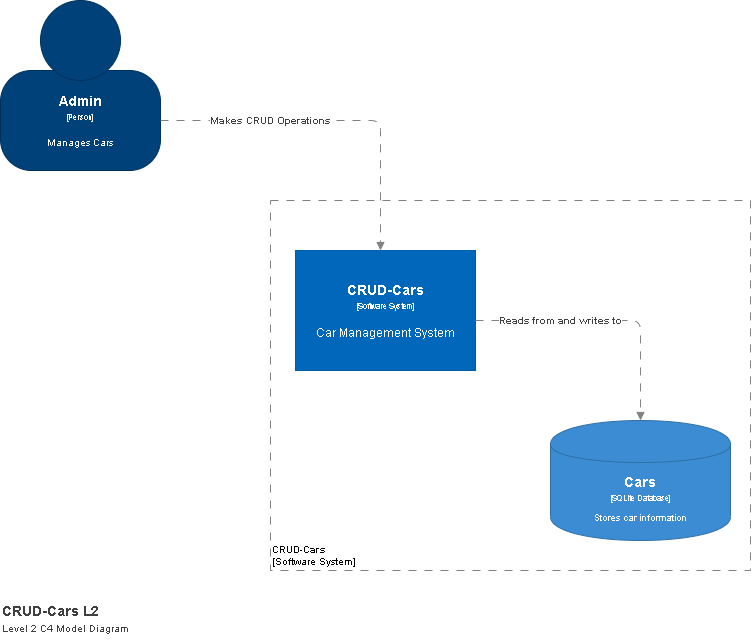
AChareun/car-rental-management keeps this draw.io diagram as doc/crud-cars-c4l2.png. Above is the earlier version. Source tidied: cells renumbered, new cells last; positions are measured from the earlier drawing's top-left corner, leaving out a move shared by most shapes. Its diagram source:
```xml
<mxGraphModel>
  <root>
    <mxCell id="0" />
    <mxCell id="1" parent="0" />
    <object id="2" label="&lt;div&gt;&lt;span style=&quot;font-size: 14px&quot;&gt;&lt;b&gt;CRUD-Cars&lt;/b&gt;&lt;/span&gt;&lt;/div&gt;&lt;div&gt;&lt;span style=&quot;font-size: 8px&quot;&gt;[Software System]&lt;/span&gt;&lt;/div&gt;&lt;div&gt;&lt;span style=&quot;font-size: 8px&quot;&gt;&lt;br&gt;&lt;/span&gt;&lt;/div&gt;&lt;div&gt;Car Management System&lt;/div&gt;" description="Description" name="Software System Name" placeholders="1">
      <mxCell style="rounded=0;whiteSpace=wrap;html=1;fillColor=#0067BA;fontColor=#FFFFFF;strokeColor=#005DA8;" parent="1" vertex="1">
        <mxGeometry x="295" y="250" width="180" height="120" as="geometry" />
      </mxCell>
    </object>
    <object id="3" label="" instruction="edit data of the lower shape within the group" placeholders="1">
      <mxCell style="group;" parent="1" vertex="1">
        <mxGeometry width="160" height="170" as="geometry" />
      </mxCell>
    </object>
    <object id="4" label="&lt;div style=&quot;color: rgb(255 , 255 , 255) ; white-space: normal&quot;&gt;&lt;span style=&quot;font-size: 14px&quot;&gt;&lt;b&gt;Admin&lt;/b&gt;&lt;/span&gt;&lt;/div&gt;&lt;div style=&quot;color: rgb(255 , 255 , 255) ; white-space: normal&quot;&gt;&lt;font style=&quot;font-size: 8px&quot;&gt;[Person]&lt;/font&gt;&lt;/div&gt;&lt;div style=&quot;color: rgb(255 , 255 , 255) ; white-space: normal ; font-size: 8px&quot;&gt;&lt;span style=&quot;font-size: x-small&quot;&gt;&lt;br&gt;&lt;/span&gt;&lt;/div&gt;&lt;div style=&quot;color: rgb(255 , 255 , 255) ; white-space: normal&quot;&gt;&lt;font size=&quot;1&quot;&gt;Manages Cars&lt;/font&gt;&lt;/div&gt;" description="Description" name="Actor Name" placeholders="1">
      <mxCell style="rounded=1;whiteSpace=wrap;html=1;strokeColor=#00315C;fillColor=#004179;fontColor=#000000;arcSize=31;" parent="3" vertex="1">
        <mxGeometry y="70" width="160" height="100" as="geometry" />
      </mxCell>
    </object>
    <mxCell id="5" style="ellipse;whiteSpace=wrap;html=1;strokeColor=#00315C;fillColor=#004179;fontColor=#000000;" parent="3" vertex="1">
      <mxGeometry x="40" width="80" height="80" as="geometry" />
    </mxCell>
    <object id="6" label="&lt;font style=&quot;font-size: 10px&quot;&gt;&lt;b&gt;CRUD-Cars&lt;/b&gt;&lt;br style=&quot;font-size: 10px&quot;&gt;[Software System]&lt;/font&gt;" name="Software System Name" placeholders="1">
      <mxCell style="rounded=0;whiteSpace=wrap;html=1;strokeColor=#828282;fillColor=none;fontColor=#000000;align=left;labelPosition=center;verticalLabelPosition=middle;verticalAlign=bottom;dashed=1;strokeWidth=1;perimeterSpacing=0;spacing=2;spacingTop=0;fontSize=10;dashPattern=8 8;" parent="1" vertex="1">
        <mxGeometry x="270" y="200" width="480" height="370" as="geometry" />
      </mxCell>
    </object>
    <object id="7" label="&lt;div style=&quot;color: rgb(255 , 255 , 255) ; white-space: normal&quot;&gt;&lt;span style=&quot;font-size: 14px&quot;&gt;&lt;b&gt;Cars&lt;/b&gt;&lt;/span&gt;&lt;/div&gt;&lt;div style=&quot;color: rgb(255 , 255 , 255) ; font-size: 12px ; white-space: normal&quot;&gt;&lt;font style=&quot;font-size: 8px&quot;&gt;[SQLite Database]&lt;/font&gt;&lt;/div&gt;&lt;div style=&quot;color: rgb(255 , 255 , 255) ; white-space: normal ; font-size: 8px&quot;&gt;&lt;font style=&quot;line-height: 9.6px&quot;&gt;&lt;br&gt;&lt;/font&gt;&lt;/div&gt;&lt;div style=&quot;color: rgb(255 , 255 , 255) ; white-space: normal&quot;&gt;Stores car information&lt;/div&gt;" description="Description" name="Container Name" placeholders="1" technology="e.g. PostgreSQL">
      <mxCell style="shape=cylinder;whiteSpace=wrap;html=1;boundedLbl=1;backgroundOutline=1;strokeColor=#2F6FA6;strokeWidth=1;fillColor=#3B8CD2;fontSize=9;fontColor=#000000;align=center;" parent="1" vertex="1">
        <mxGeometry x="550" y="420" width="180" height="120" as="geometry" />
      </mxCell>
    </object>
    <object id="8" label="&lt;b&gt;Makes CRUD Operations&lt;/b&gt;" name="Dependency Operation Name" placeholders="1" technology="JDBC">
      <mxCell style="endArrow=block;html=1;fontSize=10;fontColor=#404040;strokeWidth=1;endFill=1;dashed=1;dashPattern=8 8;strokeColor=#828282;elbow=vertical;exitX=1;exitY=0.5;exitDx=0;exitDy=0;" parent="1" edge="1" source="4">
        <mxGeometry x="-0.37" relative="1" as="geometry">
          <mxPoint x="380" y="250" as="targetPoint" />
          <Array as="points">
            <mxPoint x="380" y="120" />
          </Array>
        </mxGeometry>
      </mxCell>
    </object>
    <object id="9" label="&lt;b&gt;Reads from and writes to&lt;/b&gt;" name="Dependency Operation Name" placeholders="1" technology="JDBC">
      <mxCell style="endArrow=block;html=1;fontSize=10;fontColor=#404040;strokeWidth=1;endFill=1;dashed=1;dashPattern=8 8;strokeColor=#828282;elbow=vertical;" parent="1" edge="1" target="7">
        <mxGeometry x="-0.36" relative="1" as="geometry">
          <mxPoint x="475" y="320" as="sourcePoint" />
          <Array as="points">
            <mxPoint x="640" y="320" />
          </Array>
        </mxGeometry>
      </mxCell>
    </object>
    <object id="10" label="CRUD-Cars L2&lt;br style=&quot;font-size: 10px&quot;&gt;&lt;font size=&quot;1&quot;&gt;&lt;span style=&quot;font-weight: 400&quot;&gt;Level 2 C4 Model Diagram&lt;/span&gt;&lt;/font&gt;" description="Description" name="Diagram Name" placeholders="1">
      <mxCell style="text;html=1;align=left;verticalAlign=top;spacingTop=-4;fontSize=14;fontColor=#404040;fontStyle=1;" parent="1" vertex="1">
        <mxGeometry y="600" width="140" height="40" as="geometry" />
      </mxCell>
    </object>
  </root>
</mxGraphModel>
```
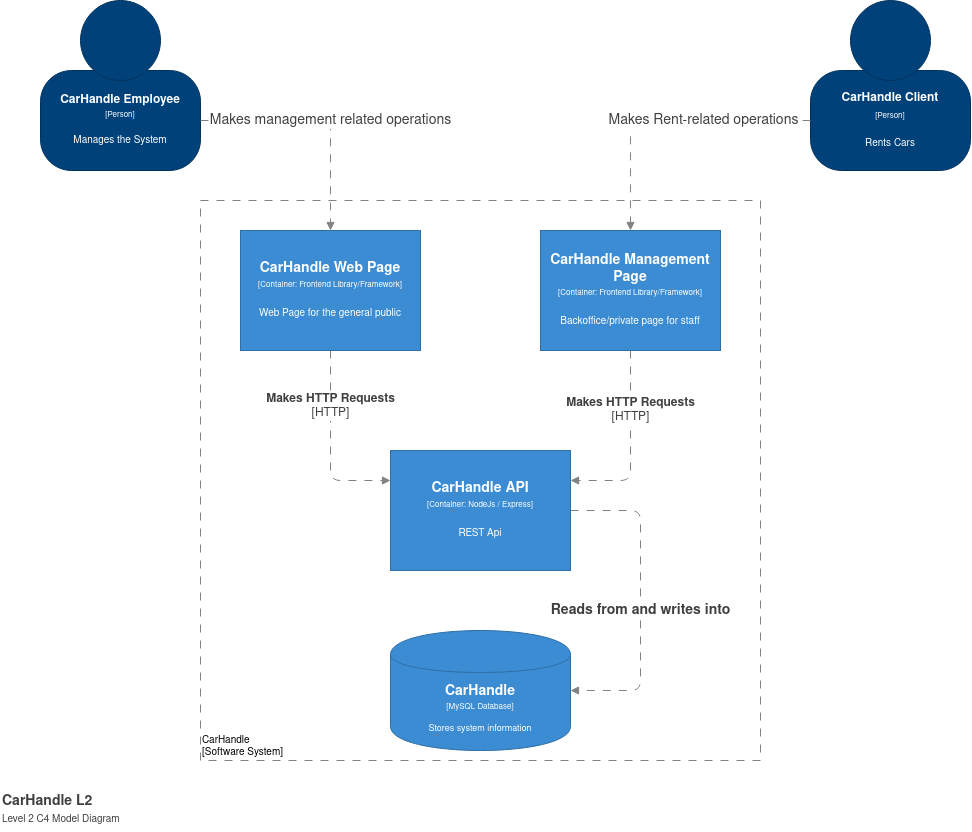
The same file after the commit.

The edit, as a diff of the source:
```diff
@@ -2,58 +2,108 @@
   <root>
     <mxCell id="0" />
     <mxCell id="1" parent="0" />
-    <object id="2" label="&lt;div&gt;&lt;span style=&quot;font-size: 14px&quot;&gt;&lt;b&gt;CRUD-Cars&lt;/b&gt;&lt;/span&gt;&lt;/div&gt;&lt;div&gt;&lt;span style=&quot;font-size: 8px&quot;&gt;[Software System]&lt;/span&gt;&lt;/div&gt;&lt;div&gt;&lt;span style=&quot;font-size: 8px&quot;&gt;&lt;br&gt;&lt;/span&gt;&lt;/div&gt;&lt;div&gt;Car Management System&lt;/div&gt;" description="Description" name="Software System Name" placeholders="1">
-      <mxCell style="rounded=0;whiteSpace=wrap;html=1;fillColor=#0067BA;fontColor=#FFFFFF;strokeColor=#005DA8;" parent="1" vertex="1">
-        <mxGeometry x="295" y="250" width="180" height="120" as="geometry" />
-      </mxCell>
-    </object>
-    <object id="3" label="" instruction="edit data of the lower shape within the group" placeholders="1">
-      <mxCell style="group;" parent="1" vertex="1">
-        <mxGeometry width="160" height="170" as="geometry" />
-      </mxCell>
-    </object>
-    <object id="4" label="&lt;div style=&quot;color: rgb(255 , 255 , 255) ; white-space: normal&quot;&gt;&lt;span style=&quot;font-size: 14px&quot;&gt;&lt;b&gt;Admin&lt;/b&gt;&lt;/span&gt;&lt;/div&gt;&lt;div style=&quot;color: rgb(255 , 255 , 255) ; white-space: normal&quot;&gt;&lt;font style=&quot;font-size: 8px&quot;&gt;[Person]&lt;/font&gt;&lt;/div&gt;&lt;div style=&quot;color: rgb(255 , 255 , 255) ; white-space: normal ; font-size: 8px&quot;&gt;&lt;span style=&quot;font-size: x-small&quot;&gt;&lt;br&gt;&lt;/span&gt;&lt;/div&gt;&lt;div style=&quot;color: rgb(255 , 255 , 255) ; white-space: normal&quot;&gt;&lt;font size=&quot;1&quot;&gt;Manages Cars&lt;/font&gt;&lt;/div&gt;" description="Description" name="Actor Name" placeholders="1">
-      <mxCell style="rounded=1;whiteSpace=wrap;html=1;strokeColor=#00315C;fillColor=#004179;fontColor=#000000;arcSize=31;" parent="3" vertex="1">
-        <mxGeometry y="70" width="160" height="100" as="geometry" />
-      </mxCell>
-    </object>
-    <mxCell id="5" style="ellipse;whiteSpace=wrap;html=1;strokeColor=#00315C;fillColor=#004179;fontColor=#000000;" parent="3" vertex="1">
-      <mxGeometry x="40" width="80" height="80" as="geometry" />
-    </mxCell>
-    <object id="6" label="&lt;font style=&quot;font-size: 10px&quot;&gt;&lt;b&gt;CRUD-Cars&lt;/b&gt;&lt;br style=&quot;font-size: 10px&quot;&gt;[Software System]&lt;/font&gt;" name="Software System Name" placeholders="1">
+    <object id="6" label="CarHandle&lt;font style=&quot;font-size: 10px&quot;&gt;&lt;br style=&quot;font-size: 10px&quot;&gt;[Software System]&lt;/font&gt;" name="Software System Name" placeholders="1">
       <mxCell style="rounded=0;whiteSpace=wrap;html=1;strokeColor=#828282;fillColor=none;fontColor=#000000;align=left;labelPosition=center;verticalLabelPosition=middle;verticalAlign=bottom;dashed=1;strokeWidth=1;perimeterSpacing=0;spacing=2;spacingTop=0;fontSize=10;dashPattern=8 8;" parent="1" vertex="1">
-        <mxGeometry x="270" y="200" width="480" height="370" as="geometry" />
+        <mxGeometry x="150" y="170" width="560" height="560" as="geometry" />
       </mxCell>
     </object>
-    <object id="7" label="&lt;div style=&quot;color: rgb(255 , 255 , 255) ; white-space: normal&quot;&gt;&lt;span style=&quot;font-size: 14px&quot;&gt;&lt;b&gt;Cars&lt;/b&gt;&lt;/span&gt;&lt;/div&gt;&lt;div style=&quot;color: rgb(255 , 255 , 255) ; font-size: 12px ; white-space: normal&quot;&gt;&lt;font style=&quot;font-size: 8px&quot;&gt;[SQLite Database]&lt;/font&gt;&lt;/div&gt;&lt;div style=&quot;color: rgb(255 , 255 , 255) ; white-space: normal ; font-size: 8px&quot;&gt;&lt;font style=&quot;line-height: 9.6px&quot;&gt;&lt;br&gt;&lt;/font&gt;&lt;/div&gt;&lt;div style=&quot;color: rgb(255 , 255 , 255) ; white-space: normal&quot;&gt;Stores car information&lt;/div&gt;" description="Description" name="Container Name" placeholders="1" technology="e.g. PostgreSQL">
+    <object id="7" label="&lt;div style=&quot;color: rgb(255 , 255 , 255) ; white-space: normal&quot;&gt;&lt;span style=&quot;font-size: 14px&quot;&gt;&lt;b&gt;CarHandle&lt;/b&gt;&lt;/span&gt;&lt;/div&gt;&lt;div style=&quot;color: rgb(255 , 255 , 255) ; font-size: 12px ; white-space: normal&quot;&gt;&lt;font style=&quot;font-size: 8px&quot;&gt;[MySQL Database]&lt;/font&gt;&lt;/div&gt;&lt;div style=&quot;color: rgb(255 , 255 , 255) ; white-space: normal ; font-size: 8px&quot;&gt;&lt;font style=&quot;line-height: 9.6px&quot;&gt;&lt;br&gt;&lt;/font&gt;&lt;/div&gt;&lt;div style=&quot;color: rgb(255 , 255 , 255) ; white-space: normal&quot;&gt;Stores system information&lt;/div&gt;" description="Description" name="Container Name" placeholders="1" technology="e.g. PostgreSQL">
       <mxCell style="shape=cylinder;whiteSpace=wrap;html=1;boundedLbl=1;backgroundOutline=1;strokeColor=#2F6FA6;strokeWidth=1;fillColor=#3B8CD2;fontSize=9;fontColor=#000000;align=center;" parent="1" vertex="1">
-        <mxGeometry x="550" y="420" width="180" height="120" as="geometry" />
+        <mxGeometry x="340" y="600" width="180" height="120" as="geometry" />
       </mxCell>
     </object>
-    <object id="8" label="&lt;b&gt;Makes CRUD Operations&lt;/b&gt;" name="Dependency Operation Name" placeholders="1" technology="JDBC">
-      <mxCell style="endArrow=block;html=1;fontSize=10;fontColor=#404040;strokeWidth=1;endFill=1;dashed=1;dashPattern=8 8;strokeColor=#828282;elbow=vertical;exitX=1;exitY=0.5;exitDx=0;exitDy=0;" parent="1" edge="1" source="4">
-        <mxGeometry x="-0.37" relative="1" as="geometry">
-          <mxPoint x="380" y="250" as="targetPoint" />
-          <Array as="points">
-            <mxPoint x="380" y="120" />
-          </Array>
-        </mxGeometry>
-      </mxCell>
-    </object>
-    <object id="9" label="&lt;b&gt;Reads from and writes to&lt;/b&gt;" name="Dependency Operation Name" placeholders="1" technology="JDBC">
-      <mxCell style="endArrow=block;html=1;fontSize=10;fontColor=#404040;strokeWidth=1;endFill=1;dashed=1;dashPattern=8 8;strokeColor=#828282;elbow=vertical;" parent="1" edge="1" target="7">
-        <mxGeometry x="-0.36" relative="1" as="geometry">
-          <mxPoint x="475" y="320" as="sourcePoint" />
+    <object id="9" label="&lt;b style=&quot;font-size: 14px&quot;&gt;Reads from and writes into&lt;/b&gt;" name="Dependency Operation Name" placeholders="1" technology="JDBC">
+      <mxCell style="endArrow=block;html=1;fontSize=14;fontColor=#404040;strokeWidth=1;endFill=1;dashed=1;dashPattern=8 8;strokeColor=#828282;elbow=vertical;entryX=1;entryY=0.5;entryDx=0;entryDy=0;exitX=1;exitY=0.5;exitDx=0;exitDy=0;" parent="1" edge="1" source="19" target="7">
+        <mxGeometry x="0.06" relative="1" as="geometry">
           <Array as="points">
-            <mxPoint x="640" y="320" />
+            <mxPoint x="590" y="480" />
+            <mxPoint x="590" y="590" />
+            <mxPoint x="590" y="660" />
           </Array>
         </mxGeometry>
       </mxCell>
     </object>
-    <object id="10" label="CRUD-Cars L2&lt;br style=&quot;font-size: 10px&quot;&gt;&lt;font size=&quot;1&quot;&gt;&lt;span style=&quot;font-weight: 400&quot;&gt;Level 2 C4 Model Diagram&lt;/span&gt;&lt;/font&gt;" description="Description" name="Diagram Name" placeholders="1">
+    <object id="10" label="CarHandle L2&lt;br style=&quot;font-size: 10px&quot;&gt;&lt;font size=&quot;1&quot;&gt;&lt;span style=&quot;font-weight: 400&quot;&gt;Level 2 C4 Model Diagram&lt;/span&gt;&lt;/font&gt;" description="Description" name="Diagram Name" placeholders="1">
       <mxCell style="text;html=1;align=left;verticalAlign=top;spacingTop=-4;fontSize=14;fontColor=#404040;fontStyle=1;" parent="1" vertex="1">
-        <mxGeometry y="600" width="140" height="40" as="geometry" />
+        <mxGeometry x="-50" y="760" width="130" height="40" as="geometry" />
       </mxCell>
     </object>
+    <object id="11" label="" instruction="edit data of the lower shape within the group" placeholders="1">
+      <mxCell style="group;" parent="1" vertex="1">
+        <mxGeometry x="760" y="-30" width="160" height="170" as="geometry" />
+      </mxCell>
+    </object>
+    <object id="12" label="&lt;b&gt;&lt;font color=&quot;#FFFFFF&quot;&gt;CarHandle Client&lt;br&gt;&lt;/font&gt;&lt;/b&gt;&lt;div style=&quot;color: rgb(255 , 255 , 255) ; white-space: normal&quot;&gt;&lt;span style=&quot;font-size: 14px&quot;&gt;&lt;/span&gt;&lt;font style=&quot;font-size: 8px&quot;&gt;[Person]&lt;/font&gt;&lt;/div&gt;&lt;div style=&quot;color: rgb(255 , 255 , 255) ; white-space: normal&quot;&gt;&lt;font style=&quot;font-size: 8px&quot;&gt;&lt;br&gt;&lt;/font&gt;&lt;/div&gt;&lt;div style=&quot;color: rgb(255 , 255 , 255) ; white-space: normal ; font-size: 8px&quot;&gt;&lt;span style=&quot;font-size: x-small&quot;&gt;&lt;font size=&quot;1&quot;&gt;Rents Cars&lt;/font&gt;&lt;br&gt;&lt;/span&gt;&lt;/div&gt;" description="Description" name="Actor Name" placeholders="1">
+      <mxCell style="rounded=1;whiteSpace=wrap;html=1;strokeColor=#00315C;fillColor=#004179;fontColor=#000000;arcSize=31;" parent="11" vertex="1">
+        <mxGeometry y="70" width="160" height="100" as="geometry" />
+      </mxCell>
+    </object>
+    <mxCell id="13" style="ellipse;whiteSpace=wrap;html=1;strokeColor=#00315C;fillColor=#004179;fontColor=#000000;" parent="11" vertex="1">
+      <mxGeometry x="40" width="80" height="80" as="geometry" />
+    </mxCell>
+    <object id="14" label="&lt;font style=&quot;font-size: 14px;&quot;&gt;Makes Rent-related operations&lt;/font&gt;" name="Dependency Operation Name" placeholders="1" technology="JDBC">
+      <mxCell style="endArrow=block;html=1;fontSize=14;fontColor=#404040;strokeWidth=1;endFill=1;dashed=1;dashPattern=8 8;strokeColor=#828282;elbow=vertical;exitX=0;exitY=0.5;exitDx=0;exitDy=0;entryX=0.5;entryY=0;entryDx=0;entryDy=0;" parent="1" edge="1" source="12" target="20">
+        <mxGeometry x="-0.26" relative="1" as="geometry">
+          <Array as="points">
+            <mxPoint x="580" y="90" />
+          </Array>
+        </mxGeometry>
+      </mxCell>
+    </object>
+    <object id="15" label="" instruction="edit data of the lower shape within the group" placeholders="1">
+      <mxCell style="group;" parent="1" vertex="1">
+        <mxGeometry x="-10" y="-30" width="160" height="170" as="geometry" />
+      </mxCell>
+    </object>
+    <object id="16" label="&lt;b&gt;&lt;font color=&quot;#FFFFFF&quot;&gt;CarHandle Employee&lt;/font&gt;&lt;br&gt;&lt;/b&gt;&lt;div style=&quot;color: rgb(255 , 255 , 255) ; white-space: normal&quot;&gt;&lt;font style=&quot;font-size: 8px&quot;&gt;[Person]&lt;/font&gt;&lt;/div&gt;&lt;div style=&quot;color: rgb(255 , 255 , 255) ; white-space: normal ; font-size: 8px&quot;&gt;&lt;span style=&quot;font-size: x-small&quot;&gt;&lt;br&gt;&lt;/span&gt;&lt;/div&gt;&lt;div style=&quot;color: rgb(255 , 255 , 255) ; white-space: normal&quot;&gt;&lt;font size=&quot;1&quot;&gt;Manages the System&lt;/font&gt;&lt;/div&gt;" description="Description" name="Actor Name" placeholders="1">
+      <mxCell style="rounded=1;whiteSpace=wrap;html=1;strokeColor=#00315C;fillColor=#004179;fontColor=#000000;arcSize=31;" parent="15" vertex="1">
+        <mxGeometry y="70" width="160" height="100" as="geometry" />
+      </mxCell>
+    </object>
+    <mxCell id="17" style="ellipse;whiteSpace=wrap;html=1;strokeColor=#00315C;fillColor=#004179;fontColor=#000000;" parent="15" vertex="1">
+      <mxGeometry x="40" width="80" height="80" as="geometry" />
+    </mxCell>
+    <object id="18" label="&lt;font style=&quot;font-size: 14px;&quot;&gt;Makes management related operations&lt;/font&gt;" name="Dependency Operation Name" placeholders="1" technology="JDBC">
+      <mxCell style="endArrow=block;html=1;fontSize=14;fontColor=#404040;strokeWidth=1;endFill=1;dashed=1;dashPattern=8 8;strokeColor=#828282;elbow=vertical;entryX=0.5;entryY=0;entryDx=0;entryDy=0;exitX=1;exitY=0.5;exitDx=0;exitDy=0;" parent="1" edge="1" source="16" target="21">
+        <mxGeometry x="0.08" relative="1" as="geometry">
+          <Array as="points">
+            <mxPoint x="280" y="90" />
+          </Array>
+        </mxGeometry>
+      </mxCell>
+    </object>
+    <object id="19" label="&lt;div&gt;&lt;span style=&quot;font-size: 14px&quot;&gt;&lt;b&gt;%name%&lt;/b&gt;&lt;/span&gt;&lt;/div&gt;&lt;div&gt;&lt;span style=&quot;font-size: 8px&quot;&gt;[Container: %technology%]&lt;/span&gt;&lt;/div&gt;&lt;div&gt;&lt;span style=&quot;font-size: 8px&quot;&gt;&lt;br&gt;&lt;/span&gt;&lt;/div&gt;&lt;div&gt;&lt;font size=&quot;1&quot;&gt;%description%&lt;/font&gt;&lt;/div&gt;" description="REST Api" name="CarHandle API" placeholders="1" technology="NodeJs / Express">
+      <mxCell style="rounded=0;whiteSpace=wrap;html=1;fillColor=#3B8CD2;fontColor=#FFFFFF;strokeColor=#2F6FA6;" parent="1" vertex="1">
+        <mxGeometry x="340" y="420" width="180" height="120" as="geometry" />
+      </mxCell>
+    </object>
+    <object id="20" label="&lt;div&gt;&lt;span style=&quot;font-size: 14px&quot;&gt;&lt;b&gt;%name%&lt;/b&gt;&lt;/span&gt;&lt;/div&gt;&lt;div&gt;&lt;span style=&quot;font-size: 8px&quot;&gt;[Container: %technology%]&lt;/span&gt;&lt;/div&gt;&lt;div&gt;&lt;span style=&quot;font-size: 8px&quot;&gt;&lt;br&gt;&lt;/span&gt;&lt;/div&gt;&lt;div&gt;&lt;font size=&quot;1&quot;&gt;%description%&lt;/font&gt;&lt;/div&gt;" description="Backoffice/private page for staff" name="CarHandle Management Page" placeholders="1" technology="Frontend Library/Framework">
+      <mxCell style="rounded=0;whiteSpace=wrap;html=1;fillColor=#3B8CD2;fontColor=#FFFFFF;strokeColor=#2F6FA6;" parent="1" vertex="1">
+        <mxGeometry x="490" y="200" width="180" height="120" as="geometry" />
+      </mxCell>
+    </object>
+    <object id="21" label="&lt;div&gt;&lt;span style=&quot;font-size: 14px&quot;&gt;&lt;b&gt;%name%&lt;/b&gt;&lt;/span&gt;&lt;/div&gt;&lt;div&gt;&lt;span style=&quot;font-size: 8px&quot;&gt;[Container: %technology%]&lt;/span&gt;&lt;/div&gt;&lt;div&gt;&lt;span style=&quot;font-size: 8px&quot;&gt;&lt;br&gt;&lt;/span&gt;&lt;/div&gt;&lt;div&gt;&lt;font size=&quot;1&quot;&gt;%description%&lt;/font&gt;&lt;/div&gt;" description="Web Page for the general public" name="CarHandle Web Page" placeholders="1" technology="Frontend Library/Framework">
+      <mxCell style="rounded=0;whiteSpace=wrap;html=1;fillColor=#3B8CD2;fontColor=#FFFFFF;strokeColor=#2F6FA6;direction=east;" parent="1" vertex="1">
+        <mxGeometry x="190" y="200" width="180" height="120" as="geometry" />
+      </mxCell>
+    </object>
+    <object id="22" label="&lt;b style=&quot;font-size: 12px;&quot;&gt;%name%&lt;/b&gt;&lt;br style=&quot;font-size: 12px;&quot;&gt;[%technology%]" name="Makes HTTP Requests" placeholders="1" technology="HTTP">
+      <mxCell style="endArrow=block;html=1;fontSize=12;fontColor=#404040;strokeWidth=1;endFill=1;dashed=1;dashPattern=8 8;strokeColor=#828282;elbow=vertical;exitX=0.5;exitY=1;exitDx=0;exitDy=0;entryX=0;entryY=0.25;entryDx=0;entryDy=0;" parent="1" edge="1" source="21" target="19">
+        <mxGeometry x="-0.41" relative="1" as="geometry">
+          <Array as="points">
+            <mxPoint x="280" y="450" />
+          </Array>
+        </mxGeometry>
+      </mxCell>
+    </object>
+    <object id="23" label="&lt;b style=&quot;font-size: 12px;&quot;&gt;%name%&lt;/b&gt;&lt;br style=&quot;font-size: 12px;&quot;&gt;[%technology%]" name="Makes HTTP Requests" placeholders="1" technology="HTTP">
+      <mxCell style="endArrow=block;html=1;fontSize=12;fontColor=#404040;strokeWidth=1;endFill=1;dashed=1;dashPattern=8 8;strokeColor=#828282;elbow=vertical;exitX=0.5;exitY=1;exitDx=0;exitDy=0;entryX=1;entryY=0.25;entryDx=0;entryDy=0;" parent="1" edge="1" source="20" target="19">
+        <mxGeometry x="-0.38" relative="1" as="geometry">
+          <Array as="points">
+            <mxPoint x="580" y="450" />
+          </Array>
+        </mxGeometry>
+      </mxCell>
+    </object>
   </root>
 </mxGraphModel>
```
